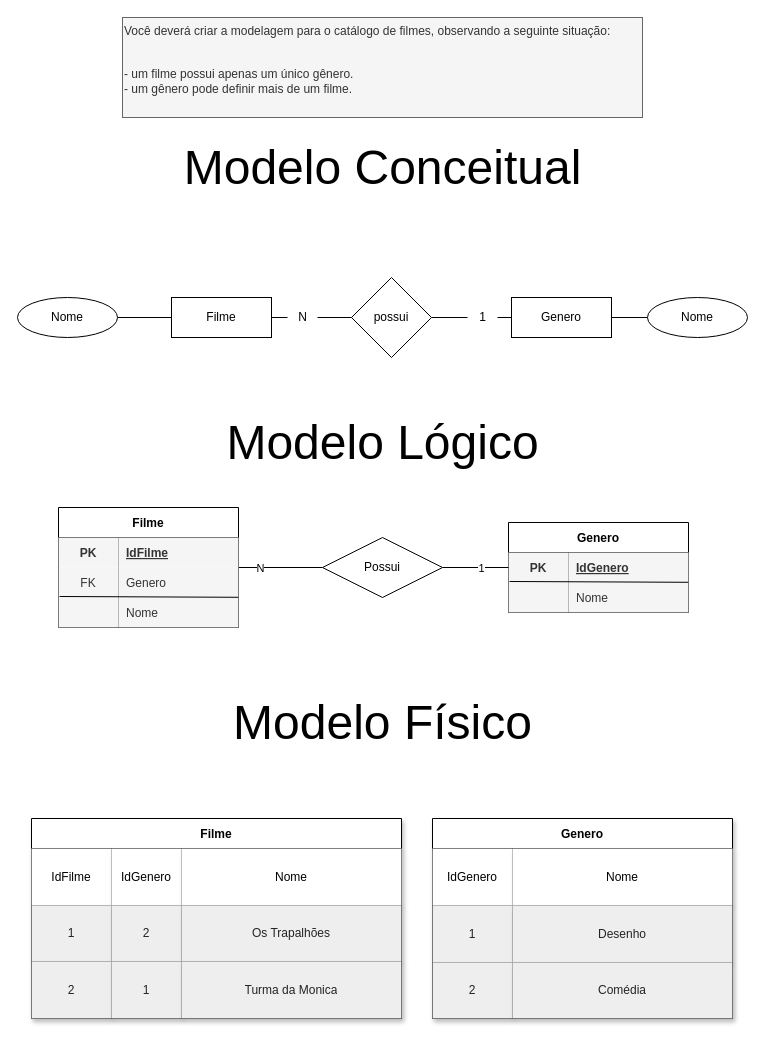
The draw.io diagram BancoDeDados/Aula3-24-07-Atividade-ModeloEntidadeRelacionamento/1.0-exercicio-filmes/Atividade-00.drawio in AllanR1991/Senai-2SM, before the edit. Source tidied: cells renumbered, new cells numbered last; positions are measured from the earlier drawing's top-left corner, leaving out a move shared by most shapes. Both pictures are drawn from the tidied source at 100%, with x=0, y=0 at pixel (17, 17).
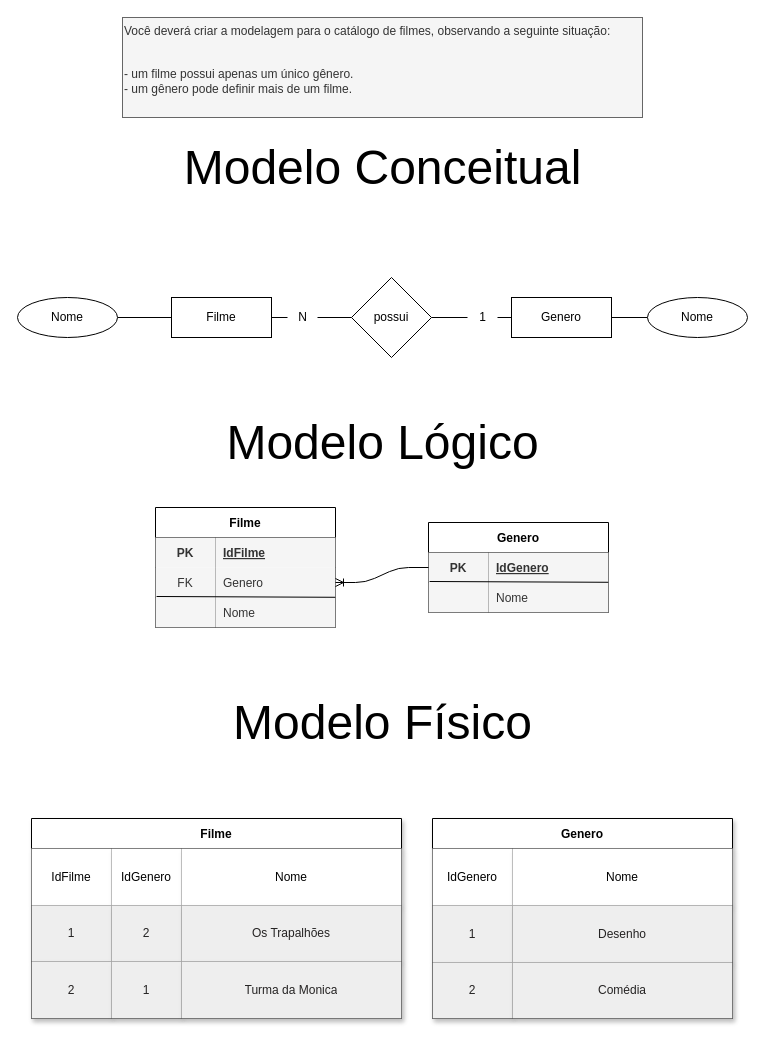
The same diagram, later.

Commit message:
Corrigido Atividade 00

Unchanged cells that the change refers to:
```xml
<mxCell id="24" style="shape=tableRow;horizontal=0;startSize=0;swimlaneHead=0;swimlaneBody=0;fillColor=none;points=[[0,0.5],[1,0.5]];portConstraint=eastwest;top=0;left=0;right=0;bottom=0;" parent="20" vertex="1">
  <mxGeometry y="60" width="180" height="30" as="geometry" />
</mxCell>
<mxCell id="32" style="shape=tableRow;horizontal=0;startSize=0;swimlaneHead=0;swimlaneBody=0;fillColor=none;points=[[0,0.5],[1,0.5]];portConstraint=eastwest;top=0;left=0;right=0;bottom=0;" parent="31" vertex="1">
  <mxGeometry y="30" width="180" height="30" as="geometry" />
</mxCell>
```

Diff of the diagram source:
```diff
@@
-    <mxCell id="18" style="edgeStyle=none;html=1;endArrow=none;endFill=0;" parent="1" edge="1" source="20" target="41">
-      <mxGeometry relative="1" as="geometry" />
-    </mxCell>
-    <mxCell id="19" value="N" style="edgeLabel;html=1;align=center;verticalAlign=middle;" parent="18" vertex="1">
-      <mxGeometry x="-0.49" relative="1" as="geometry" />
-    </mxCell>
     <mxCell id="20" value="Filme" style="shape=table;startSize=30;childLayout=tableLayout;rowLines=0;fontStyle=1;align=center;" parent="1" vertex="1">
-      <mxGeometry x="41" y="490" width="180" height="120" as="geometry" />
+      <mxGeometry x="138" y="490" width="180" height="120" as="geometry" />
     </mxCell>
@@
     <mxCell id="31" value="Genero" style="shape=table;startSize=30;childLayout=tableLayout;rowLines=0;fontStyle=1;align=center;" parent="1" vertex="1">
-      <mxGeometry x="491" y="505" width="180" height="90" as="geometry" />
+      <mxGeometry x="411" y="505" width="180" height="90" as="geometry" />
     </mxCell>
@@
-    <mxCell id="39" style="edgeStyle=none;html=1;endArrow=none;endFill=0;" parent="1" edge="1" source="41" target="31">
-      <mxGeometry relative="1" as="geometry" />
-    </mxCell>
-    <mxCell id="40" value="1" style="edgeLabel;html=1;align=center;verticalAlign=middle;" parent="39" vertex="1">
-      <mxGeometry x="0.16" relative="1" as="geometry" />
-    </mxCell>
-    <mxCell id="41" value="Possui" style="shape=rhombus;perimeter=rhombusPerimeter;whiteSpace=wrap;html=1;align=center;" parent="1" vertex="1">
-      <mxGeometry x="305" y="520" width="120" height="60" as="geometry" />
-    </mxCell>
@@
+    <mxCell id="66" style="edgeStyle=entityRelationEdgeStyle;fontSize=12;html=1;endArrow=ERoneToMany;" parent="1" edge="1" source="32" target="24">
+      <mxGeometry relative="1" as="geometry" />
+    </mxCell>
```
